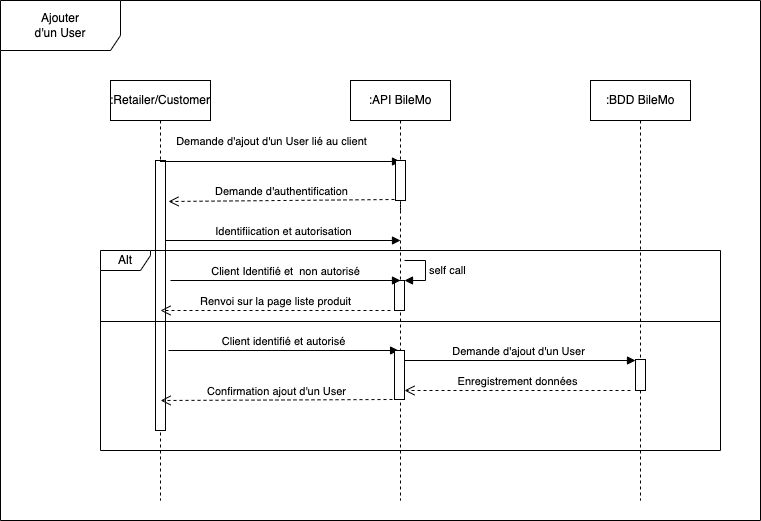
Above: _UML/D.sq_ajouter_un_user_BileMo.drawio.png in Fossette7/bilemo (draw.io), before the change. Source tidied: cells renumbered, new cells last; positions are measured from the earlier drawing's top-left corner, leaving out a move shared by most shapes.
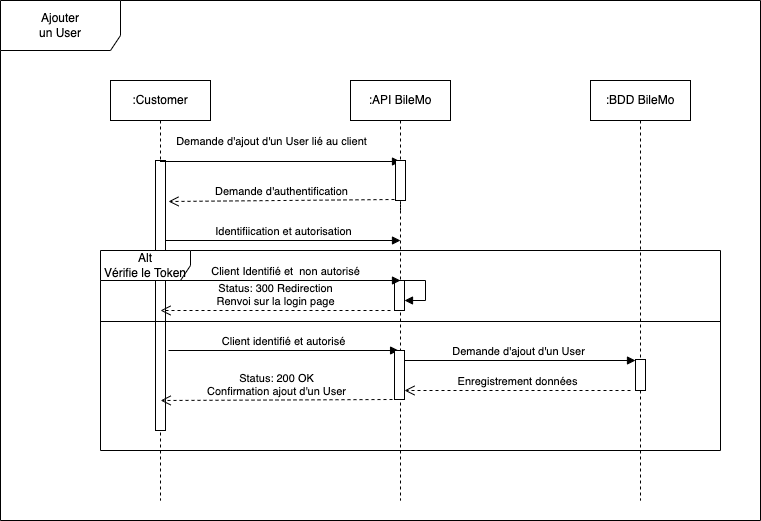
After the commit.

Change to the diagram source:
```diff
@@ -2,10 +2,10 @@
   <root>
     <mxCell id="0" />
     <mxCell id="1" parent="0" />
-    <mxCell id="2" value="Ajouter&lt;br&gt;d'un User" style="shape=umlFrame;whiteSpace=wrap;html=1;width=120;height=50;" parent="1" vertex="1">
+    <mxCell id="2" value="Ajouter&lt;br&gt;un User" style="shape=umlFrame;whiteSpace=wrap;html=1;width=120;height=50;" parent="1" vertex="1">
       <mxGeometry width="760" height="520" as="geometry" />
     </mxCell>
-    <mxCell id="3" value=":Retailer/Customer" style="shape=umlLifeline;perimeter=lifelinePerimeter;whiteSpace=wrap;html=1;" parent="1" vertex="1">
+    <mxCell id="3" value=":Customer" style="shape=umlLifeline;perimeter=lifelinePerimeter;whiteSpace=wrap;html=1;" parent="1" vertex="1">
       <mxGeometry x="110" y="80" width="100" height="420" as="geometry" />
     </mxCell>
     <mxCell id="4" style="html=1;perimeter=orthogonalPerimeter;" parent="3" vertex="1">
@@ -44,7 +44,7 @@
         <mxPoint x="168" y="201" as="targetPoint" />
       </mxGeometry>
     </mxCell>
-    <mxCell id="12" value="Alt" style="shape=umlFrame;whiteSpace=wrap;html=1;width=50;height=20;" parent="1" vertex="1">
+    <mxCell id="12" value="Alt&lt;br&gt;Vérifie le Token" style="shape=umlFrame;whiteSpace=wrap;html=1;width=90;height=30;" parent="1" vertex="1">
       <mxGeometry x="100" y="250" width="620" height="200" as="geometry" />
     </mxCell>
     <mxCell id="13" style="html=1;points=[];perimeter=orthogonalPerimeter;" parent="1" vertex="1">
@@ -53,11 +53,12 @@
     <mxCell id="14" style="html=1;points=[];perimeter=orthogonalPerimeter;" parent="1" vertex="1">
       <mxGeometry x="394" y="280" width="10" height="30" as="geometry" />
     </mxCell>
-    <mxCell id="15" value="self call" style="edgeStyle=orthogonalEdgeStyle;html=1;align=left;spacingLeft=2;endArrow=block;rounded=0;entryX=1;entryY=0;" parent="1" edge="1" target="14">
+    <mxCell id="15" style="edgeStyle=orthogonalEdgeStyle;html=1;align=left;spacingLeft=2;endArrow=block;rounded=0;entryX=1;entryY=0;" parent="1" edge="1">
       <mxGeometry relative="1" as="geometry">
-        <mxPoint x="404" y="260" as="sourcePoint" />
+        <mxPoint x="404" y="280" as="sourcePoint" />
+        <mxPoint x="404" y="300" as="targetPoint" />
         <Array as="points">
-          <mxPoint x="425" y="260" />
+          <mxPoint x="425" y="280" />
         </Array>
       </mxGeometry>
     </mxCell>
@@ -66,7 +67,7 @@
         <mxPoint x="170" y="280" as="sourcePoint" />
       </mxGeometry>
     </mxCell>
-    <mxCell id="17" value="Renvoi sur la page liste produit" style="html=1;verticalAlign=bottom;endArrow=open;dashed=1;endSize=8;rounded=0;" parent="1" edge="1">
+    <mxCell id="17" value="Status: 300 Redirection&lt;br&gt;Renvoi sur la login page" style="html=1;verticalAlign=bottom;endArrow=open;dashed=1;endSize=8;rounded=0;" parent="1" edge="1">
       <mxGeometry relative="1" as="geometry">
         <mxPoint x="390" y="310" as="sourcePoint" />
         <mxPoint x="160" y="310" as="targetPoint" />
@@ -94,7 +95,7 @@
     <mxCell id="22" style="html=1;points=[];perimeter=orthogonalPerimeter;" parent="1" vertex="1">
       <mxGeometry x="394" y="350" width="10" height="49" as="geometry" />
     </mxCell>
-    <mxCell id="23" value="Confirmation ajout d'un User" style="html=1;verticalAlign=bottom;endArrow=open;dashed=1;endSize=8;rounded=0;entryX=0.097;entryY=0.75;entryDx=0;entryDy=0;entryPerimeter=0;" parent="1" edge="1" target="12">
+    <mxCell id="23" value="Status: 200 OK&lt;br&gt;Confirmation ajout d'un User" style="html=1;verticalAlign=bottom;endArrow=open;dashed=1;endSize=8;rounded=0;entryX=0.097;entryY=0.75;entryDx=0;entryDy=0;entryPerimeter=0;" parent="1" edge="1" target="12">
       <mxGeometry relative="1" as="geometry">
         <mxPoint x="392" y="399" as="sourcePoint" />
       </mxGeometry>
```
